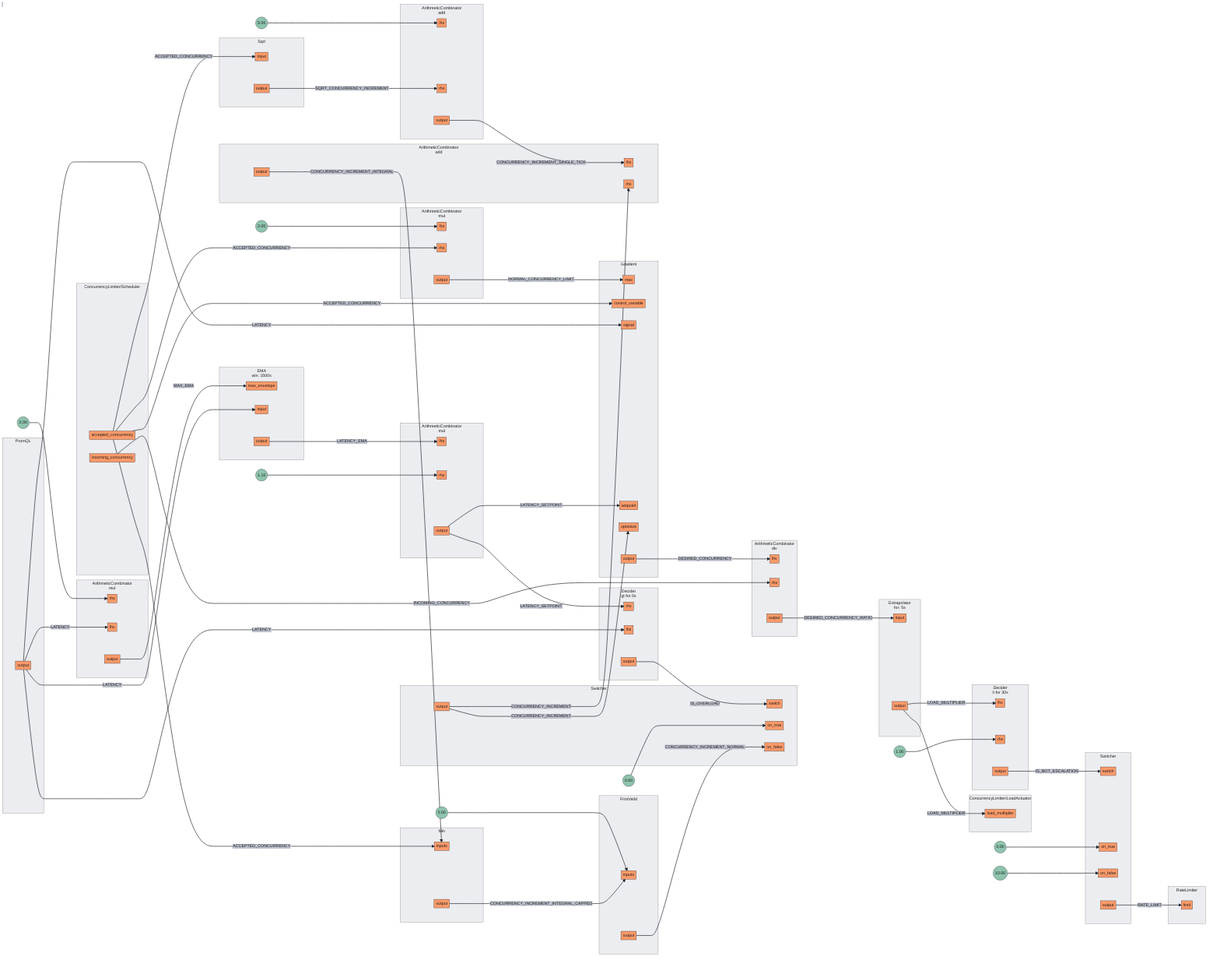
Before: docs/content/tutorials/flow-control/assets/dynamic-rate-limiting/dynamic-rate-limiting.mmd.png, a diagram exported from Mermaid (dataongunlaws/aperture). Its source is kept beside it as docs/content/tutorials/flow-control/assets/dynamic-rate-limiting/dynamic-rate-limiting.mmd. Source of this version:
```mermaid
flowchart LR
subgraph 0[<center>ArithmeticCombinator<br/>mul</center>]
subgraph 0_inports[ ]
style 0_inports fill:none,stroke:none
0rhs[rhs]
0lhs[lhs]
end
subgraph 0_outports[ ]
style 0_outports fill:none,stroke:none
0output[output]
end
end
FakeConstant0((2.00))
FakeConstant0 --> 0rhs
subgraph 1[<center>ArithmeticCombinator<br/>mul</center>]
subgraph 1_inports[ ]
style 1_inports fill:none,stroke:none
1lhs[lhs]
1rhs[rhs]
end
subgraph 1_outports[ ]
style 1_outports fill:none,stroke:none
1output[output]
end
end
FakeConstant1((1.10))
FakeConstant1 --> 1rhs
subgraph 2[<center>ArithmeticCombinator<br/>div</center>]
subgraph 2_inports[ ]
style 2_inports fill:none,stroke:none
2lhs[lhs]
2rhs[rhs]
end
subgraph 2_outports[ ]
style 2_outports fill:none,stroke:none
2output[output]
end
end
subgraph 3[<center>ArithmeticCombinator<br/>mul</center>]
subgraph 3_inports[ ]
style 3_inports fill:none,stroke:none
3lhs[lhs]
3rhs[rhs]
end
subgraph 3_outports[ ]
style 3_outports fill:none,stroke:none
3output[output]
end
end
FakeConstant2((2.00))
FakeConstant2 --> 3lhs
subgraph 4[<center>ArithmeticCombinator<br/>add</center>]
subgraph 4_inports[ ]
style 4_inports fill:none,stroke:none
4lhs[lhs]
4rhs[rhs]
end
subgraph 4_outports[ ]
style 4_outports fill:none,stroke:none
4output[output]
end
end
FakeConstant3((5.00))
FakeConstant3 --> 4lhs
subgraph 5[<center>ArithmeticCombinator<br/>add</center>]
subgraph 5_inports[ ]
style 5_inports fill:none,stroke:none
5lhs[lhs]
5rhs[rhs]
end
subgraph 5_outports[ ]
style 5_outports fill:none,stroke:none
5output[output]
end
end
subgraph 6[Min]
subgraph 6_inports[ ]
style 6_inports fill:none,stroke:none
6inputs[inputs]
6inputs[inputs]
end
subgraph 6_outports[ ]
style 6_outports fill:none,stroke:none
6output[output]
end
end
subgraph 7[FirstValid]
subgraph 7_inports[ ]
style 7_inports fill:none,stroke:none
7inputs[inputs]
7inputs[inputs]
end
subgraph 7_outports[ ]
style 7_outports fill:none,stroke:none
7output[output]
end
end
FakeConstant4((0.00))
FakeConstant4 --> 7inputs
subgraph 8[Sqrt]
subgraph 8_inports[ ]
style 8_inports fill:none,stroke:none
8input[input]
end
subgraph 8_outports[ ]
style 8_outports fill:none,stroke:none
8output[output]
end
end
subgraph 9[PromQL]
subgraph 9_outports[ ]
style 9_outports fill:none,stroke:none
9output[output]
end
end
subgraph 10[<center>EMA<br/>win: 1500s</center>]
subgraph 10_inports[ ]
style 10_inports fill:none,stroke:none
10max_envelope[max_envelope]
10input[input]
end
subgraph 10_outports[ ]
style 10_outports fill:none,stroke:none
10output[output]
end
end
subgraph 11[Gradient]
subgraph 11_inports[ ]
style 11_inports fill:none,stroke:none
11max[max]
11control_variable[control_variable]
11signal[signal]
11setpoint[setpoint]
11optimize[optimize]
end
subgraph 11_outports[ ]
style 11_outports fill:none,stroke:none
11output[output]
end
end
subgraph 12[<center>Extrapolator<br/>for: 5s</center>]
subgraph 12_inports[ ]
style 12_inports fill:none,stroke:none
12input[input]
end
subgraph 12_outports[ ]
style 12_outports fill:none,stroke:none
12output[output]
end
end
subgraph 13.Scheduler[ConcurrencyLimiter/Scheduler]
subgraph 13.Scheduler_outports[ ]
style 13.Scheduler_outports fill:none,stroke:none
13.Scheduleraccepted_concurrency[accepted_concurrency]
13.Schedulerincoming_concurrency[incoming_concurrency]
end
end
subgraph 13.LoadActuator[ConcurrencyLimiter/LoadActuator]
subgraph 13.LoadActuator_inports[ ]
style 13.LoadActuator_inports fill:none,stroke:none
13.LoadActuatorload_multiplier[load_multiplier]
end
end
subgraph 18[RateLimiter]
subgraph 18_inports[ ]
style 18_inports fill:none,stroke:none
18limit[limit]
end
end
subgraph 17[Switcher]
subgraph 17_inports[ ]
style 17_inports fill:none,stroke:none
17switch[switch]
17on_true[on_true]
17on_false[on_false]
end
subgraph 17_outports[ ]
style 17_outports fill:none,stroke:none
17output[output]
end
end
FakeConstant5((0.00))
FakeConstant5 --> 17on_true
FakeConstant6((10.00))
FakeConstant6 --> 17on_false
subgraph 14[<center>Decider<br/>gt for 0s</center>]
subgraph 14_inports[ ]
style 14_inports fill:none,stroke:none
14rhs[rhs]
14lhs[lhs]
end
subgraph 14_outports[ ]
style 14_outports fill:none,stroke:none
14output[output]
end
end
subgraph 15[Switcher]
subgraph 15_inports[ ]
style 15_inports fill:none,stroke:none
15switch[switch]
15on_true[on_true]
15on_false[on_false]
end
subgraph 15_outports[ ]
style 15_outports fill:none,stroke:none
15output[output]
end
end
FakeConstant7((0.00))
FakeConstant7 --> 15on_true
subgraph 16[<center>Decider<br/>lt for 30s</center>]
subgraph 16_inports[ ]
style 16_inports fill:none,stroke:none
16lhs[lhs]
16rhs[rhs]
end
subgraph 16_outports[ ]
style 16_outports fill:none,stroke:none
16output[output]
end
end
FakeConstant8((1.00))
FakeConstant8 --> 16rhs
2output --> |DESIRED_CONCURRENCY_RATIO| 12input
4output --> |CONCURRENCY_INCREMENT_SINGLE_TICK| 5lhs
7output --> |CONCURRENCY_INCREMENT_NORMAL| 15on_false
11output --> |DESIRED_CONCURRENCY| 2lhs
15output --> |CONCURRENCY_INCREMENT| 5rhs
15output --> |CONCURRENCY_INCREMENT| 11optimize
16output --> |IS_BOT_ESCALATION| 17switch
1output --> |LATENCY_SETPOINT| 11setpoint
1output --> |LATENCY_SETPOINT| 14rhs
5output --> |CONCURRENCY_INCREMENT_INTEGRAL| 6inputs
6output --> |CONCURRENCY_INCREMENT_INTEGRAL_CAPPED| 7inputs
9output --> |LATENCY| 0lhs
9output --> |LATENCY| 10input
9output --> |LATENCY| 11signal
9output --> |LATENCY| 14lhs
12output --> |LOAD_MULTIPLIER| 13.LoadActuatorload_multiplier
12output --> |LOAD_MULTIPLIER| 16lhs
13.Scheduleraccepted_concurrency --> |ACCEPTED_CONCURRENCY| 3rhs
13.Scheduleraccepted_concurrency --> |ACCEPTED_CONCURRENCY| 6inputs
13.Scheduleraccepted_concurrency --> |ACCEPTED_CONCURRENCY| 8input
13.Scheduleraccepted_concurrency --> |ACCEPTED_CONCURRENCY| 11control_variable
0output --> |MAX_EMA| 10max_envelope
8output --> |SQRT_CONCURRENCY_INCREMENT| 4rhs
3output --> |NORMAL_CONCURRENCY_LIMIT| 11max
13.Schedulerincoming_concurrency --> |INCOMING_CONCURRENCY| 2rhs
14output --> |IS_OVERLOAD| 15switch
17output --> |RATE_LIMIT| 18limit
10output --> |LATENCY_EMA| 1lhs
```
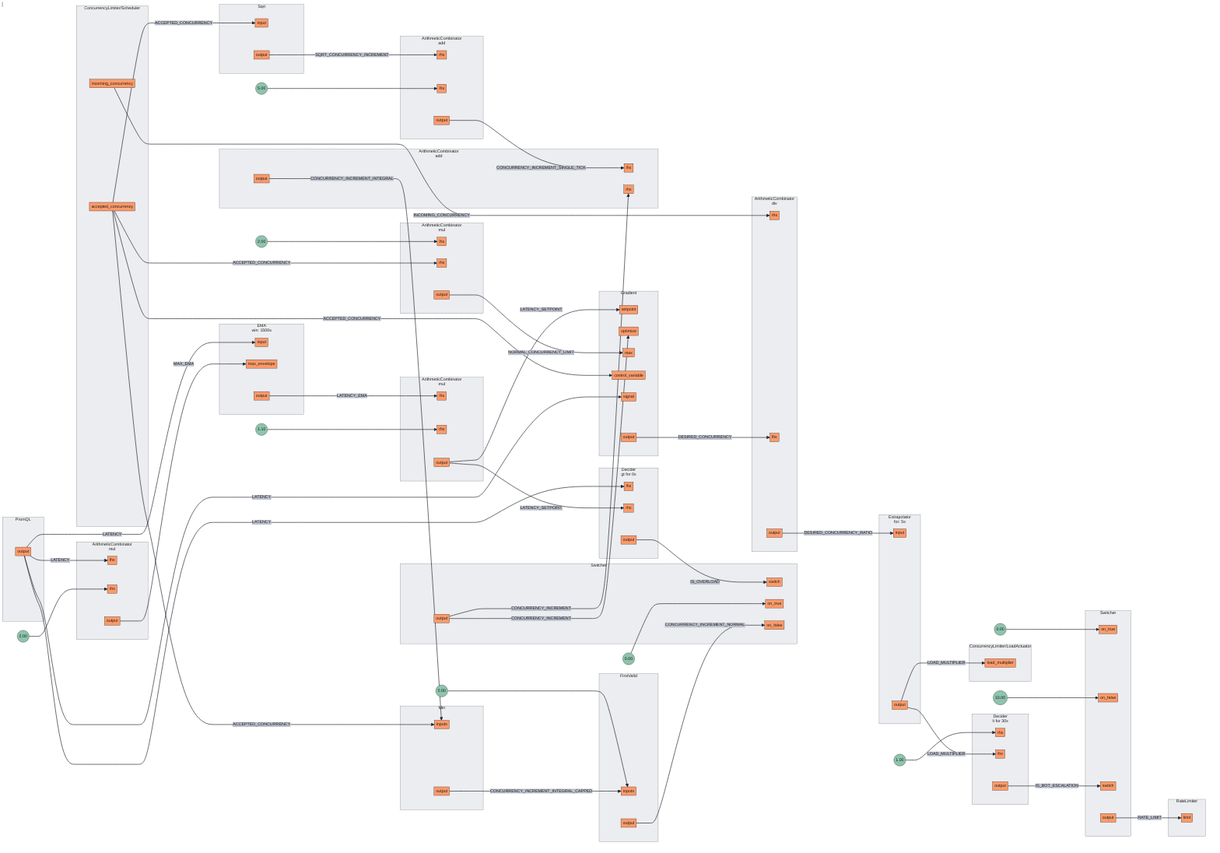
After the commit.

The edit, as a diff of the source:
```diff
@@ -2,8 +2,8 @@
 subgraph 0[<center>ArithmeticCombinator<br/>mul</center>]
 subgraph 0_inports[ ]
 style 0_inports fill:none,stroke:none
+0lhs[lhs]
 0rhs[rhs]
-0lhs[lhs]
 end
 subgraph 0_outports[ ]
 style 0_outports fill:none,stroke:none
@@ -28,8 +28,8 @@
 subgraph 2[<center>ArithmeticCombinator<br/>div</center>]
 subgraph 2_inports[ ]
 style 2_inports fill:none,stroke:none
+2rhs[rhs]
 2lhs[lhs]
-2rhs[rhs]
 end
 subgraph 2_outports[ ]
 style 2_outports fill:none,stroke:none
@@ -52,8 +52,8 @@
 subgraph 4[<center>ArithmeticCombinator<br/>add</center>]
 subgraph 4_inports[ ]
 style 4_inports fill:none,stroke:none
+4rhs[rhs]
 4lhs[lhs]
-4rhs[rhs]
 end
 subgraph 4_outports[ ]
 style 4_outports fill:none,stroke:none
@@ -116,8 +116,8 @@
 subgraph 10[<center>EMA<br/>win: 1500s</center>]
 subgraph 10_inports[ ]
 style 10_inports fill:none,stroke:none
+10input[input]
 10max_envelope[max_envelope]
-10input[input]
 end
 subgraph 10_outports[ ]
 style 10_outports fill:none,stroke:none
@@ -127,11 +127,11 @@
 subgraph 11[Gradient]
 subgraph 11_inports[ ]
 style 11_inports fill:none,stroke:none
+11setpoint[setpoint]
+11optimize[optimize]
 11max[max]
 11control_variable[control_variable]
 11signal[signal]
-11setpoint[setpoint]
-11optimize[optimize]
 end
 subgraph 11_outports[ ]
 style 11_outports fill:none,stroke:none
@@ -170,9 +170,9 @@
 subgraph 17[Switcher]
 subgraph 17_inports[ ]
 style 17_inports fill:none,stroke:none
-17switch[switch]
 17on_true[on_true]
 17on_false[on_false]
+17switch[switch]
 end
 subgraph 17_outports[ ]
 style 17_outports fill:none,stroke:none
@@ -186,8 +186,8 @@
 subgraph 14[<center>Decider<br/>gt for 0s</center>]
 subgraph 14_inports[ ]
 style 14_inports fill:none,stroke:none
+14lhs[lhs]
 14rhs[rhs]
-14lhs[lhs]
 end
 subgraph 14_outports[ ]
 style 14_outports fill:none,stroke:none
@@ -211,8 +211,8 @@
 subgraph 16[<center>Decider<br/>lt for 30s</center>]
 subgraph 16_inports[ ]
 style 16_inports fill:none,stroke:none
+16rhs[rhs]
 16lhs[lhs]
-16rhs[rhs]
 end
 subgraph 16_outports[ ]
 style 16_outports fill:none,stroke:none
@@ -221,31 +221,31 @@
 end
 FakeConstant8((1.00))
 FakeConstant8 --> 16rhs
-2output --> |DESIRED_CONCURRENCY_RATIO| 12input
-4output --> |CONCURRENCY_INCREMENT_SINGLE_TICK| 5lhs
 7output --> |CONCURRENCY_INCREMENT_NORMAL| 15on_false
-11output --> |DESIRED_CONCURRENCY| 2lhs
-15output --> |CONCURRENCY_INCREMENT| 5rhs
-15output --> |CONCURRENCY_INCREMENT| 11optimize
-16output --> |IS_BOT_ESCALATION| 17switch
-1output --> |LATENCY_SETPOINT| 11setpoint
-1output --> |LATENCY_SETPOINT| 14rhs
-5output --> |CONCURRENCY_INCREMENT_INTEGRAL| 6inputs
-6output --> |CONCURRENCY_INCREMENT_INTEGRAL_CAPPED| 7inputs
 9output --> |LATENCY| 0lhs
 9output --> |LATENCY| 10input
 9output --> |LATENCY| 11signal
 9output --> |LATENCY| 14lhs
-12output --> |LOAD_MULTIPLIER| 13.LoadActuatorload_multiplier
-12output --> |LOAD_MULTIPLIER| 16lhs
+11output --> |DESIRED_CONCURRENCY| 2lhs
 13.Scheduleraccepted_concurrency --> |ACCEPTED_CONCURRENCY| 3rhs
 13.Scheduleraccepted_concurrency --> |ACCEPTED_CONCURRENCY| 6inputs
 13.Scheduleraccepted_concurrency --> |ACCEPTED_CONCURRENCY| 8input
 13.Scheduleraccepted_concurrency --> |ACCEPTED_CONCURRENCY| 11control_variable
+13.Schedulerincoming_concurrency --> |INCOMING_CONCURRENCY| 2rhs
+2output --> |DESIRED_CONCURRENCY_RATIO| 12input
+3output --> |NORMAL_CONCURRENCY_LIMIT| 11max
 0output --> |MAX_EMA| 10max_envelope
+1output --> |LATENCY_SETPOINT| 11setpoint
+1output --> |LATENCY_SETPOINT| 14rhs
+6output --> |CONCURRENCY_INCREMENT_INTEGRAL_CAPPED| 7inputs
+10output --> |LATENCY_EMA| 1lhs
+16output --> |IS_BOT_ESCALATION| 17switch
+17output --> |RATE_LIMIT| 18limit
+4output --> |CONCURRENCY_INCREMENT_SINGLE_TICK| 5lhs
+5output --> |CONCURRENCY_INCREMENT_INTEGRAL| 6inputs
 8output --> |SQRT_CONCURRENCY_INCREMENT| 4rhs
-3output --> |NORMAL_CONCURRENCY_LIMIT| 11max
-13.Schedulerincoming_concurrency --> |INCOMING_CONCURRENCY| 2rhs
+12output --> |LOAD_MULTIPLIER| 13.LoadActuatorload_multiplier
+12output --> |LOAD_MULTIPLIER| 16lhs
 14output --> |IS_OVERLOAD| 15switch
-17output --> |RATE_LIMIT| 18limit
-10output --> |LATENCY_EMA| 1lhs
+15output --> |CONCURRENCY_INCREMENT| 5rhs
+15output --> |CONCURRENCY_INCREMENT| 11optimize
```
